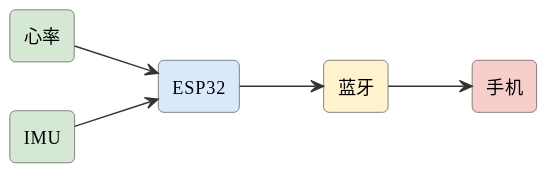
Above: assets/diagrams/ideas-fig59.svg in mingyi0818/IntelligentMcuCourse (PlantUML), before the change.
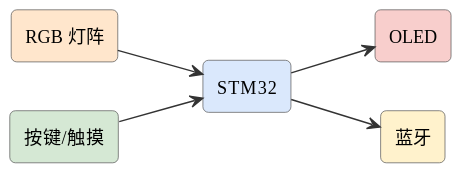
Later version of the same file.

The edit, as a diff of the source:
```diff
@@ -6,13 +6,13 @@
 skinparam arrowFontSize 11
 skinparam arrowColor #333
 left to right direction
-rectangle "心率" as hr #d5e8d4
-rectangle "IMU" as imu #d5e8d4
-rectangle "ESP32" as esp #dae8fc
+rectangle "RGB 灯阵" as led #ffe6cc
+rectangle "按键/触摸" as key #d5e8d4
+rectangle "STM32" as stm #dae8fc
+rectangle "OLED" as oled #f8cecc
 rectangle "蓝牙" as bt #fff2cc
-rectangle "手机" as app #f8cecc
-hr --> esp
-imu --> esp
-esp --> bt
-bt --> app
+led --> stm
+key --> stm
+stm --> oled
+stm --> bt
 @enduml
```
